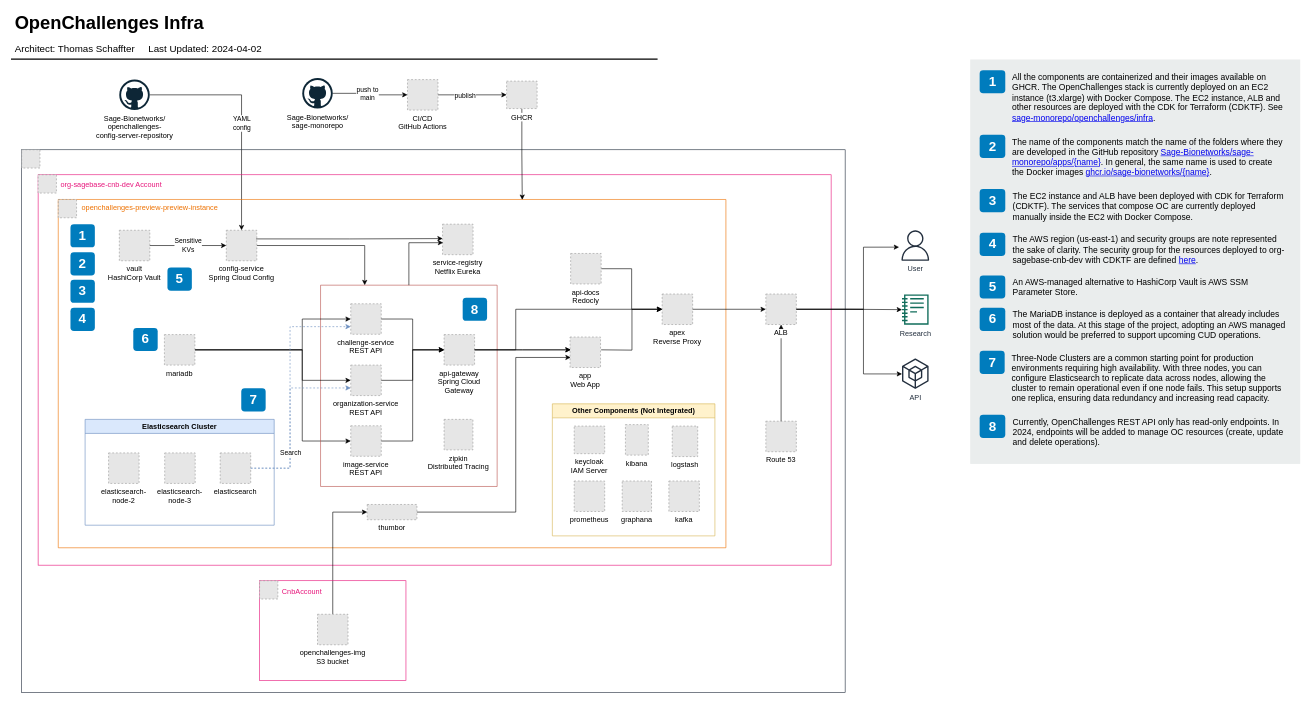
The draw.io diagram diagrams/openchallenges/openchallenges-infra.drawio in Sage-Bionetworks/sage-monorepo, before the edit. Source tidied: cells renumbered, new cells numbered last; positions are measured from the earlier drawing's top-left corner, leaving out a move shared by most shapes. Both pictures are drawn from the tidied source at 61%, with x=0, y=0 at pixel (10, 10). Pictures stored in the file or linked from it are replaced by grey dashed boxes.
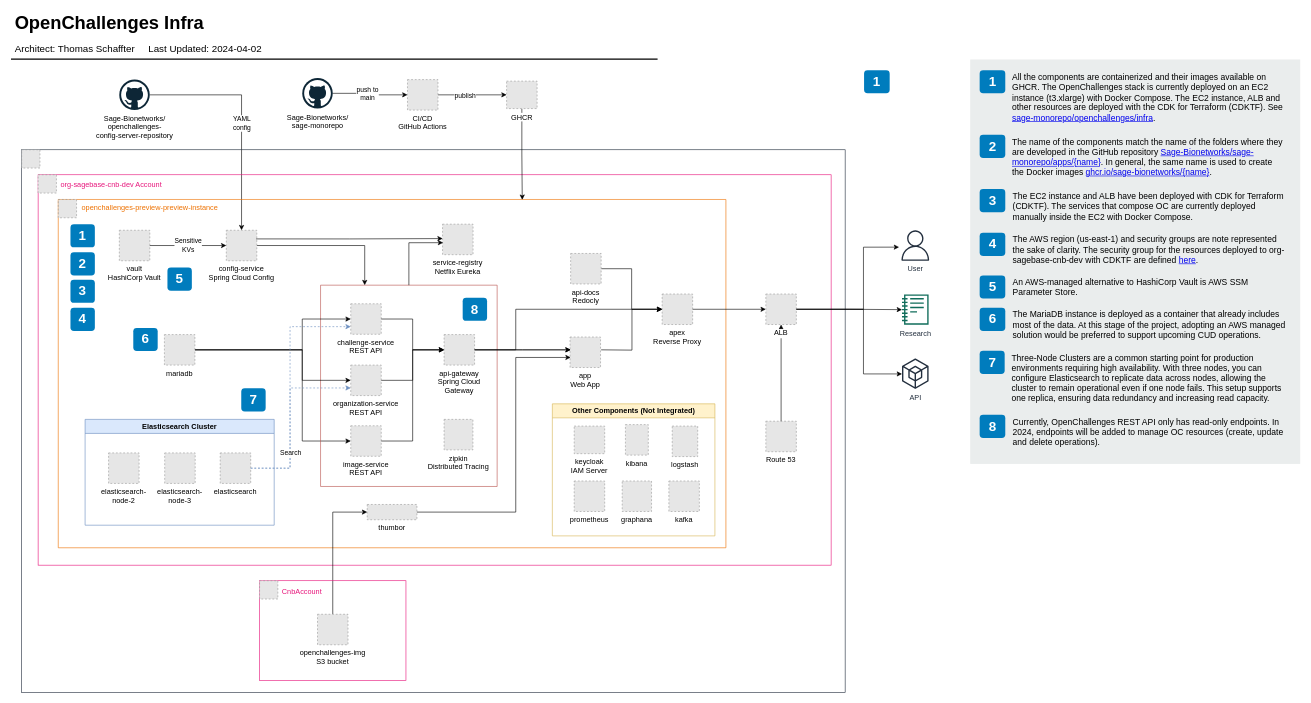
The same page after the edit.

The edit, as a diff of the source:
```diff
@@
+    <mxCell id="119" value="1" style="rounded=1;whiteSpace=wrap;html=1;fillColor=#007CBD;strokeColor=none;fontColor=#FFFFFF;fontStyle=1;fontSize=22;labelBackgroundColor=none;" parent="1" vertex="1">
+      <mxGeometry x="1399" y="98.5" width="42" height="38" as="geometry" />
+    </mxCell>
```
